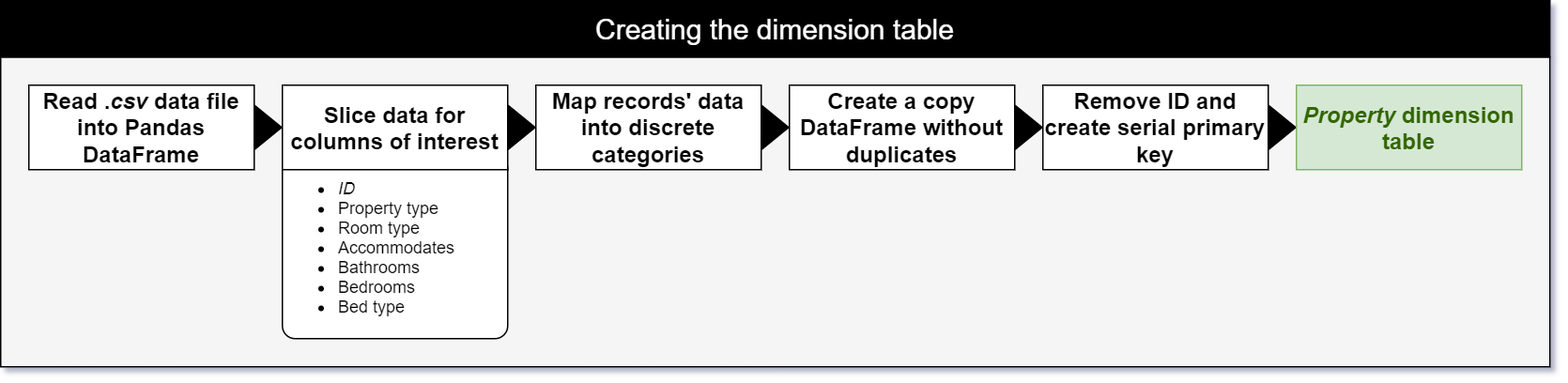
The draw.io diagram Notebooks/PropertyETL.png in beatriz-lima/TPD-Airbnb-Data, before a commit. Source tidied: cells renumbered, new cells last; positions are measured from the earlier drawing's top-left corner, leaving out a move shared by most shapes.
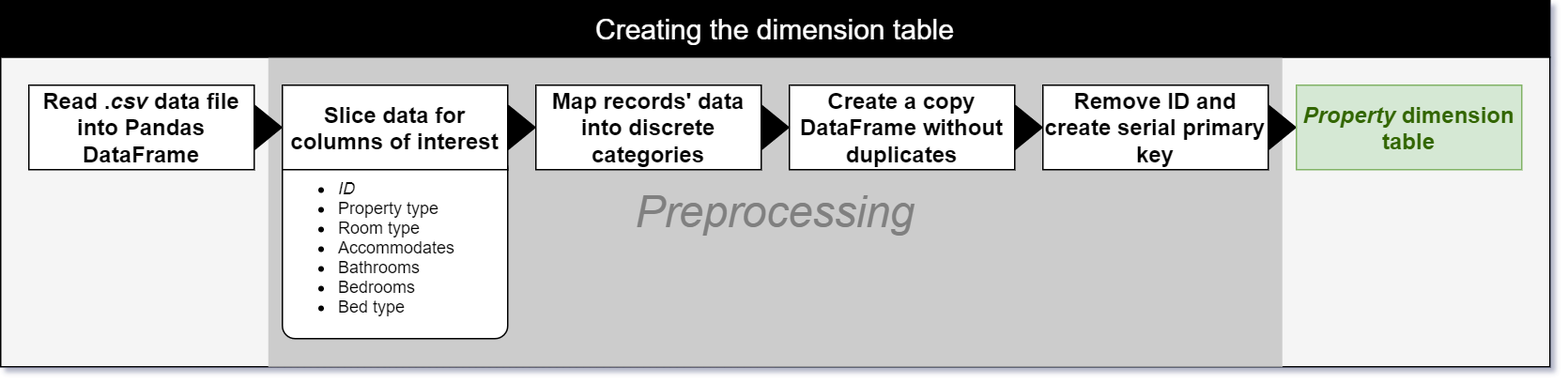
Above is the later version.

What changed in the source:
```diff
@@ -5,6 +5,9 @@
     <mxCell id="2" style="rounded=0;whiteSpace=wrap;html=1;labelBackgroundColor=none;fillColor=#F5F5F5;fontSize=20;fontColor=#FFFFFF;" parent="1" vertex="1">
       <mxGeometry y="40" width="1100" height="220" as="geometry" />
     </mxCell>
+    <mxCell id="16" value="&lt;i&gt;&lt;font style=&quot;font-size: 31px&quot; color=&quot;#808080&quot;&gt;Preprocessing&lt;/font&gt;&lt;/i&gt;" style="rounded=0;whiteSpace=wrap;html=1;labelBackgroundColor=none;fillColor=#CCCCCC;fontSize=16;fontColor=#336600;strokeColor=none;" parent="1" vertex="1">
+      <mxGeometry x="190" y="40" width="720" height="220" as="geometry" />
+    </mxCell>
     <mxCell id="3" value="&lt;ul style=&quot;font-size: 12px&quot;&gt;&lt;li style=&quot;text-align: justify ; font-size: 12px&quot;&gt;&lt;i&gt;ID&lt;/i&gt;&lt;/li&gt;&lt;li style=&quot;text-align: justify ; font-size: 12px&quot;&gt;Property type&lt;/li&gt;&lt;li style=&quot;text-align: justify ; font-size: 12px&quot;&gt;Room type&lt;/li&gt;&lt;li style=&quot;text-align: justify ; font-size: 12px&quot;&gt;Accommodates&lt;/li&gt;&lt;li style=&quot;text-align: justify ; font-size: 12px&quot;&gt;Bathrooms&lt;/li&gt;&lt;li style=&quot;text-align: justify ; font-size: 12px&quot;&gt;Bedrooms&lt;/li&gt;&lt;li style=&quot;text-align: justify ; font-size: 12px&quot;&gt;Bed type&lt;/li&gt;&lt;/ul&gt;" style="rounded=1;whiteSpace=wrap;html=1;labelBackgroundColor=none;fillColor=#FFFFFF;fontSize=12;fontColor=#000000;arcSize=7;align=left;verticalAlign=middle;spacing=0;" parent="1" vertex="1">
       <mxGeometry x="200" y="110" width="160" height="130" as="geometry" />
     </mxCell>
```
